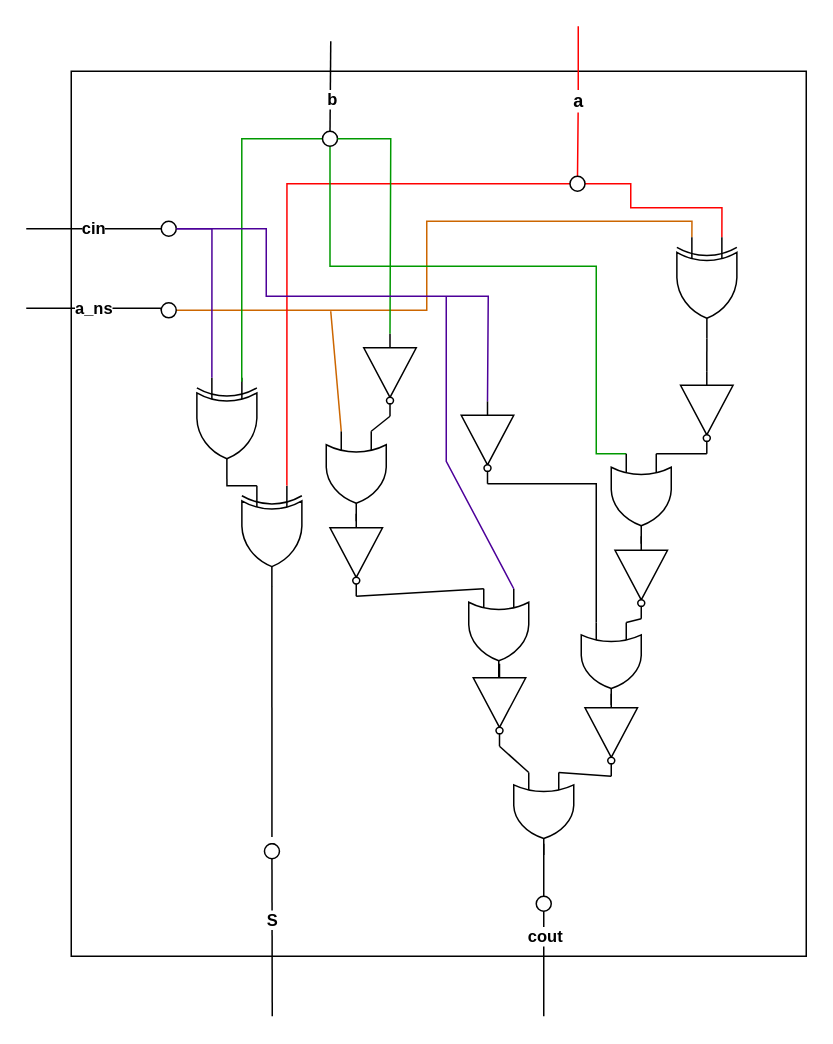
The draw.io diagram Untitled Diagram.drawio in michal-mano/Digital_Systems, before the edit. Source tidied: cells renumbered, new cells numbered last; positions are measured from the earlier drawing's top-left corner, leaving out a move shared by most shapes. Both pictures are drawn from the tidied source at 150%, with x=0, y=0 at pixel (26, 26).
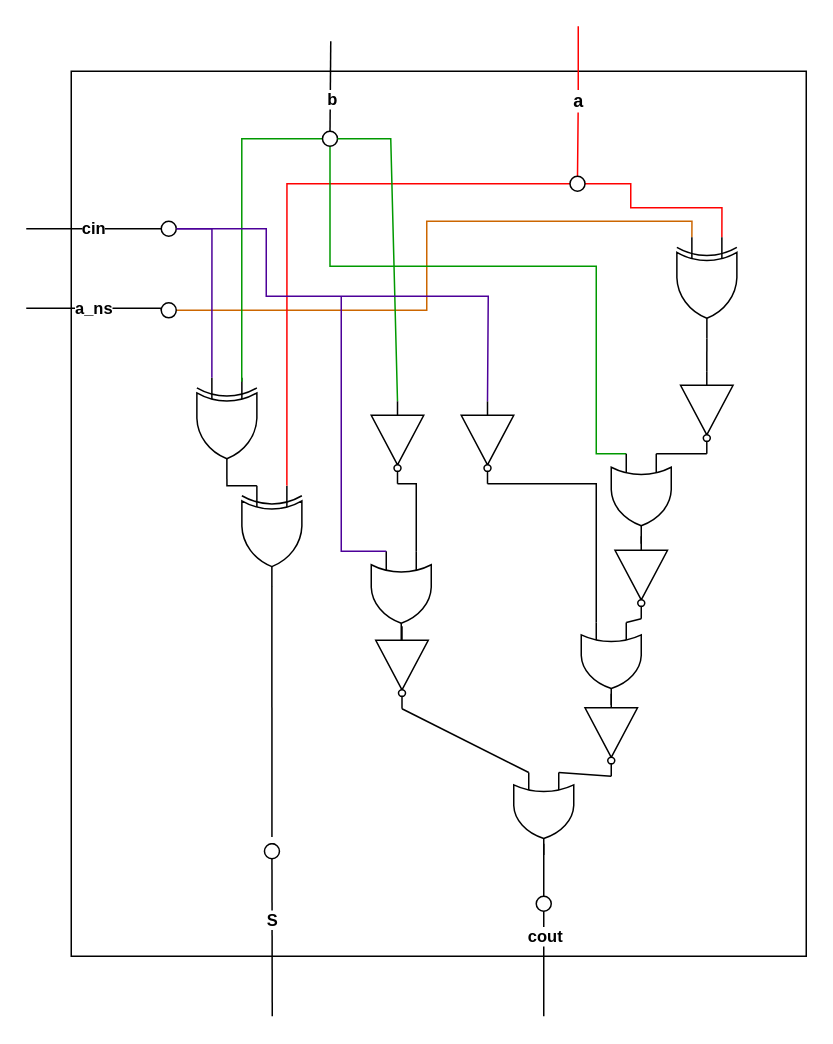
After the change.

Unchanged cells that the change refers to:
```xml
<mxCell id="30" style="ellipse;whiteSpace=wrap;html=1;" parent="1" vertex="1">
  <mxGeometry x="197.5" y="70" width="10" height="10" as="geometry" />
</mxCell>
```

Diff of the diagram source:
```diff
@@
-    <mxCell id="2" style="rounded=0;whiteSpace=wrap;html=1;shadow=0;fillColor=none;" parent="1" vertex="1">
+    <mxCell id="2" style="rounded=0;whiteSpace=wrap;html=1;shadow=0;fillColor=default;" parent="1" vertex="1">
       <mxGeometry x="30" y="30" width="490" height="590" as="geometry" />
     </mxCell>
@@
-    <mxCell id="11" style="verticalLabelPosition=bottom;shadow=0;dashed=0;align=center;html=1;verticalAlign=top;shape=mxgraph.electrical.logic_gates.logic_gate;operation=or;rotation=90;" parent="1" vertex="1">
-      <mxGeometry x="190" y="280" width="60" height="40" as="geometry" />
-    </mxCell>
     <mxCell id="12" style="verticalLabelPosition=bottom;shadow=0;dashed=0;align=center;html=1;verticalAlign=top;shape=mxgraph.electrical.logic_gates.logic_gate;operation=or;rotation=90;" parent="1" vertex="1">
-      <mxGeometry x="285" y="385" width="60" height="40" as="geometry" />
+      <mxGeometry x="220" y="360" width="60" height="40" as="geometry" />
     </mxCell>
@@
-    <mxCell id="17" style="verticalLabelPosition=bottom;shadow=0;dashed=0;align=center;html=1;verticalAlign=top;shape=mxgraph.electrical.logic_gates.inverter_2;rotation=90;" parent="1" vertex="1">
-      <mxGeometry x="192.5" y="335" width="55" height="35" as="geometry" />
-    </mxCell>
@@
-    <mxCell id="20" style="verticalLabelPosition=bottom;shadow=0;dashed=0;align=center;html=1;verticalAlign=top;shape=mxgraph.electrical.logic_gates.inverter_2;rotation=90;" parent="1" vertex="1">
-      <mxGeometry x="215" y="215" width="55" height="35" as="geometry" />
-    </mxCell>
@@
-    <mxCell id="35" style="endArrow=none;html=1;rounded=0;shadow=0;exitX=0;exitY=0.75;exitDx=0;exitDy=0;exitPerimeter=0;strokeColor=#CC6600;" parent="1" edge="1" source="11">
-      <mxGeometry relative="1" as="geometry">
-        <mxPoint x="203" y="190" as="targetPoint" />
-      </mxGeometry>
-    </mxCell>
-    <mxCell id="36" style="endArrow=none;html=1;rounded=0;shadow=0;entryX=0;entryY=0.5;entryDx=0;entryDy=0;entryPerimeter=0;exitX=1;exitY=0.5;exitDx=0;exitDy=0;strokeColor=#009900;" parent="1" edge="1" source="30" target="20">
+    <mxCell id="36" style="endArrow=none;html=1;rounded=0;shadow=0;entryX=0;entryY=0.5;entryDx=0;entryDy=0;entryPerimeter=0;exitX=1;exitY=0.5;exitDx=0;exitDy=0;strokeColor=#009900;" parent="1" edge="1" source="30" target="56">
       <mxGeometry relative="1" as="geometry">
         <Array as="points">
           <mxPoint x="243" y="75" />
         </Array>
       </mxGeometry>
     </mxCell>
-    <mxCell id="37" style="endArrow=none;html=1;rounded=0;shadow=0;entryX=1;entryY=0.5;entryDx=0;entryDy=0;entryPerimeter=0;" parent="1" edge="1" target="20">
-      <mxGeometry relative="1" as="geometry">
-        <mxPoint x="230" y="270" as="sourcePoint" />
-      </mxGeometry>
-    </mxCell>
@@
-    <mxCell id="40" style="endArrow=none;html=1;rounded=0;shadow=0;exitX=1;exitY=0.5;exitDx=0;exitDy=0;exitPerimeter=0;entryX=0;entryY=0.75;entryDx=0;entryDy=0;entryPerimeter=0;" parent="1" edge="1" source="17" target="12">
-      <mxGeometry relative="1" as="geometry" />
-    </mxCell>
-    <mxCell id="41" style="endArrow=none;html=1;rounded=0;shadow=0;exitX=0;exitY=0.25;exitDx=0;exitDy=0;exitPerimeter=0;strokeColor=#4C0099;" parent="1" edge="1" source="12">
+    <mxCell id="41" style="endArrow=none;html=1;rounded=0;shadow=0;exitX=0;exitY=0.75;exitDx=0;exitDy=0;exitPerimeter=0;strokeColor=#4C0099;" parent="1" edge="1" source="12">
       <mxGeometry relative="1" as="geometry">
-        <mxPoint x="280" y="180" as="targetPoint" />
+        <mxPoint x="210" y="180" as="targetPoint" />
         <Array as="points">
-          <mxPoint x="280" y="290" />
+          <mxPoint x="210" y="350" />
         </Array>
       </mxGeometry>
     </mxCell>
     <mxCell id="42" style="verticalLabelPosition=bottom;shadow=0;dashed=0;align=center;html=1;verticalAlign=top;shape=mxgraph.electrical.logic_gates.inverter_2;rotation=90;" parent="1" vertex="1">
-      <mxGeometry x="288" y="435" width="55" height="35" as="geometry" />
+      <mxGeometry x="223" y="410" width="55" height="35" as="geometry" />
     </mxCell>
@@
+    <mxCell id="56" style="verticalLabelPosition=bottom;shadow=0;dashed=0;align=center;html=1;verticalAlign=top;shape=mxgraph.electrical.logic_gates.inverter_2;rotation=90;" parent="1" vertex="1">
+      <mxGeometry x="220" y="260" width="55" height="35" as="geometry" />
+    </mxCell>
+    <mxCell id="57" style="endArrow=none;html=1;rounded=0;shadow=0;strokeColor=#000000;exitX=1;exitY=0.5;exitDx=0;exitDy=0;exitPerimeter=0;entryX=0;entryY=0.25;entryDx=0;entryDy=0;entryPerimeter=0;" parent="1" edge="1" source="56" target="12">
+      <mxGeometry relative="1" as="geometry">
+        <Array as="points">
+          <mxPoint x="260" y="305" />
+        </Array>
+      </mxGeometry>
+    </mxCell>
```
